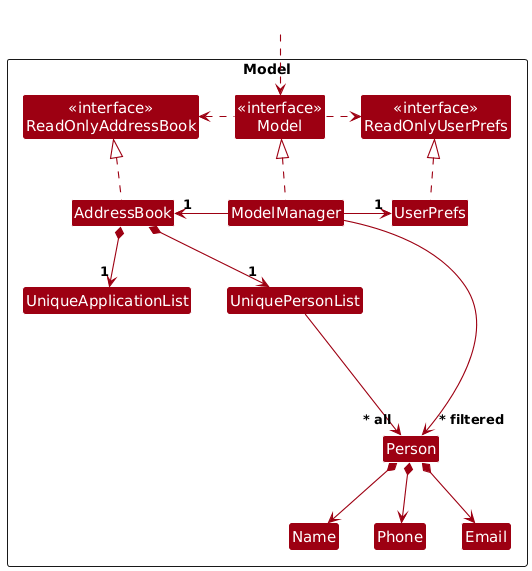
This is docs/images/ModelClassDiagram.png from AY2627S1-CS2103T-T14-3/tp, a PlantUML export, as it was before one commit. Its source is kept beside it as docs/diagrams/ModelClassDiagram.puml.
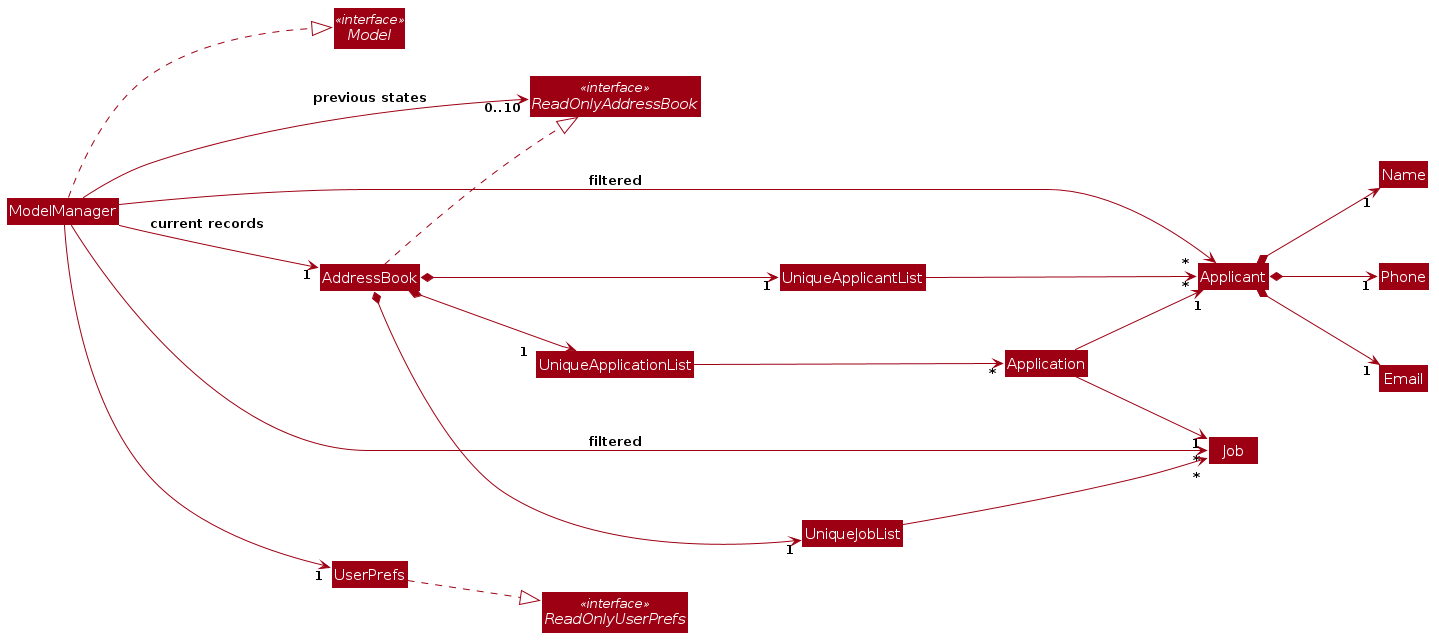
The same diagram one commit later.

What changed in the source:
```diff
@@ -1,51 +1,41 @@
 @startuml
 !include style.puml
-skinparam arrowThickness 1.1
+hide empty members
+left to right direction
 skinparam arrowColor MODEL_COLOR
 skinparam classBackgroundColor MODEL_COLOR
-
-Package Model as ModelPackage <<Rectangle>>{
-Class "<<interface>>\nReadOnlyAddressBook" as ReadOnlyAddressBook
-Class "<<interface>>\nReadOnlyUserPrefs" as ReadOnlyUserPrefs
-Class "<<interface>>\nModel" as Model
-Class AddressBook
-Class ModelManager
-Class UserPrefs
-
-Class UniqueApplicantList
-Class UniqueApplicationList
-Class Applicant
-Class Email
-Class Name
-Class Phone
-
-Class I #FFFFFF
-}
-
-Class HiddenOutside #FFFFFF
-HiddenOutside ..> Model
-
-AddressBook .up.|> ReadOnlyAddressBook
-
-ModelManager .up.|> Model
-Model .right.> ReadOnlyUserPrefs
-Model .left.> ReadOnlyAddressBook
-ModelManager -left-> "1" AddressBook
-ModelManager -right-> "1" UserPrefs
-UserPrefs .up.|> ReadOnlyUserPrefs
-
+interface Model <<interface>>
+interface ReadOnlyAddressBook <<interface>>
+interface ReadOnlyUserPrefs <<interface>>
+class ModelManager
+class AddressBook
+class UserPrefs
+class UniqueApplicantList
+class UniqueJobList
+class UniqueApplicationList
+class Applicant
+class Application
+class Job
+class Name
+class Phone
+class Email
+ModelManager ..|> Model
+AddressBook ..|> ReadOnlyAddressBook
+UserPrefs ..|> ReadOnlyUserPrefs
+ModelManager --> "1" AddressBook : current records
+ModelManager --> "1" UserPrefs
+ModelManager --> "0..10" ReadOnlyAddressBook : previous states
+ModelManager --> "*" Applicant : filtered
+ModelManager --> "*" Job : filtered
 AddressBook *--> "1" UniqueApplicantList
+AddressBook *--> "1" UniqueJobList
 AddressBook *--> "1" UniqueApplicationList
-UniqueApplicantList --> "~* all" Applicant
-Applicant *--> Name
-Applicant *--> Phone
-Applicant *--> Email
-
-Applicant -[hidden]up--> I
-UniqueApplicantList -[hidden]right-> I
-
-Name -[hidden]right-> Phone
-Phone -[hidden]right-> Email
-
-ModelManager --> "~* filtered" Applicant
+UniqueApplicantList --> "*" Applicant
+UniqueJobList --> "*" Job
+UniqueApplicationList --> "*" Application
+Application --> "1" Applicant
+Application --> "1" Job
+Applicant *--> "1" Name
+Applicant *--> "1" Phone
+Applicant *--> "1" Email
 @enduml
```
